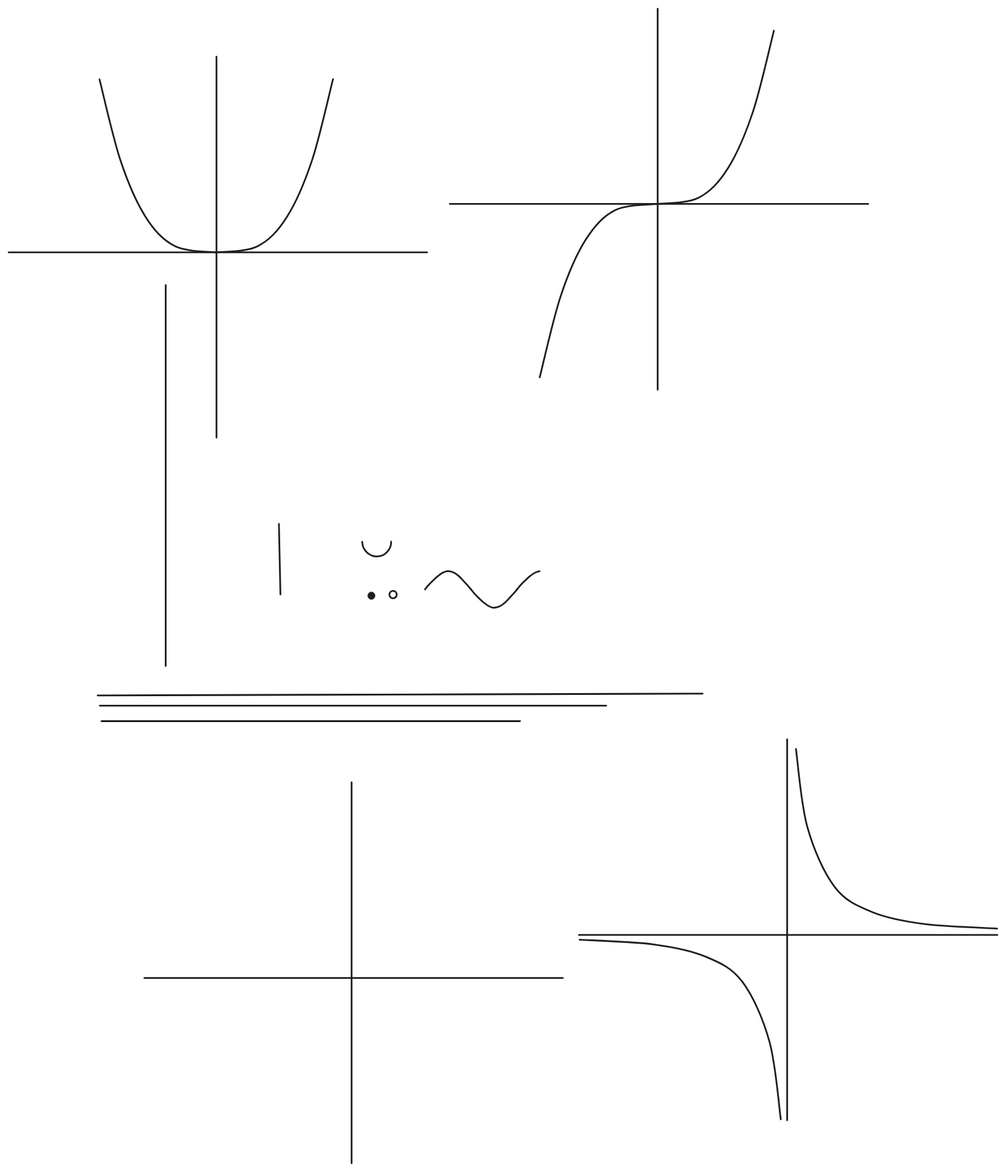
Above: content/assets/aaa.excalidraw.svg in starlitriver/starlitriver.github.io (Excalidraw), before the change. Source tidied: one line per element, renumbered; positions are measured from the earlier drawing's top-left corner, leaving out a move shared by most shapes.
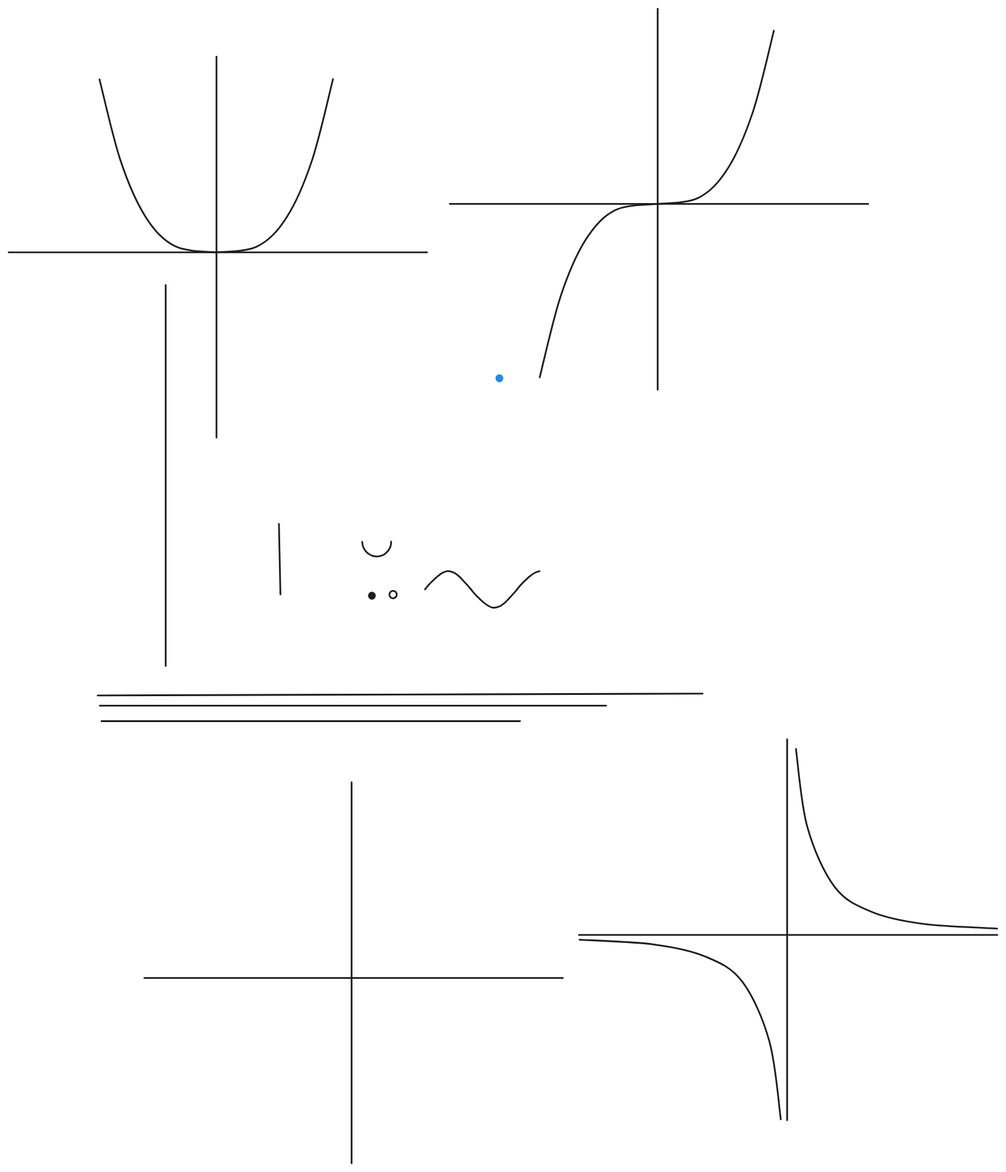
After the change.

Change to the diagram source:
```diff
@@ -23,3 +23,4 @@
 {"id": 22, "type": "line", "strokeColor": "#1e1e1e", "strokeWidth": 2, "roughness": 0, "round": true, "x": 0, "y": 282, "width": 484, "height": 0, "points": [[0, 0], [484, 0]]}
 {"id": 23, "type": "line", "strokeColor": "#1e1e1e", "strokeWidth": 2, "roughness": 0, "round": true, "x": 105, "y": 82, "width": 136, "height": 200, "points": [[0, 0], [24, 94], [53, 159], [87, 193], [136, 200]]}
 {"id": 24, "type": "line", "strokeColor": "#1e1e1e", "strokeWidth": 2, "roughness": 0, "round": true, "x": 375, "y": 82, "width": 136, "height": 201, "points": [[0, 0], [-24, 94], [-53, 159], [-87, 193], [-136, 201]]}
+{"id": 25, "type": "ellipse", "strokeColor": "#1971c2", "backgroundColor": "#228be6", "fillStyle": "solid", "strokeWidth": 0.5, "roughness": 0, "round": true, "x": 564, "y": 423, "width": 8, "height": 9}
```
